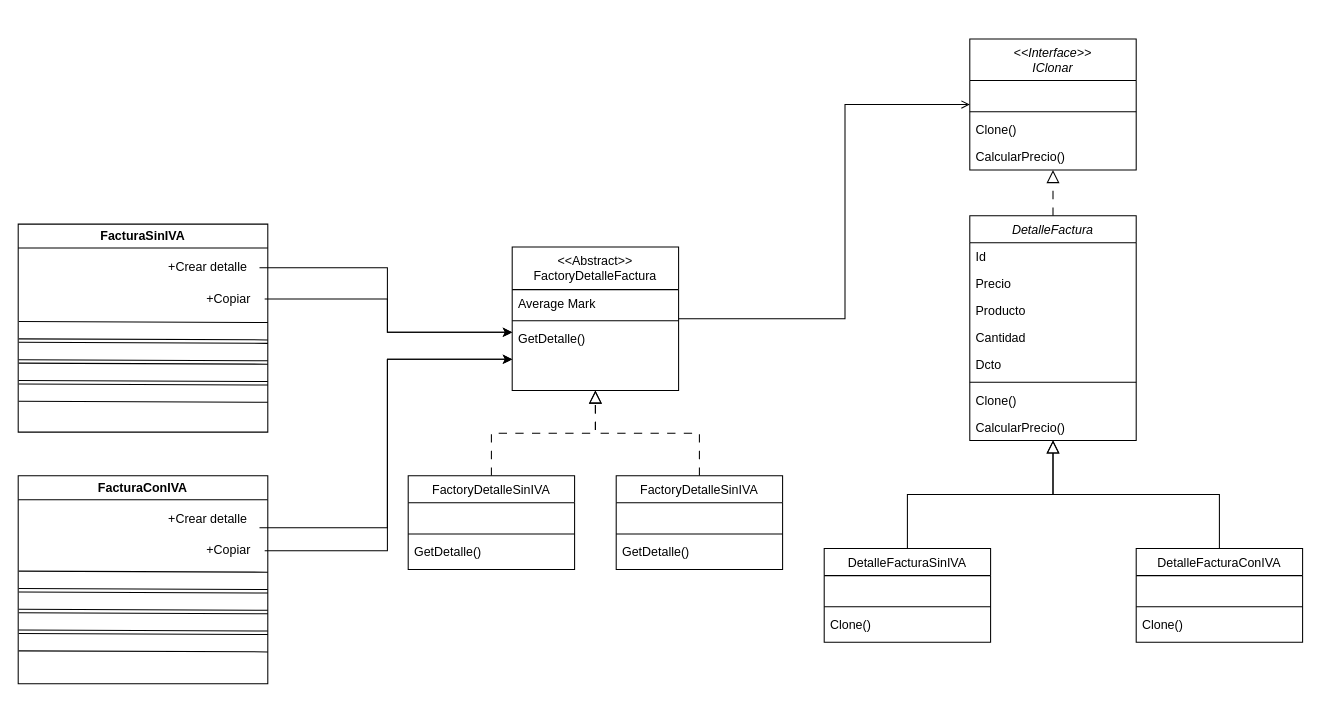
Above: PrototypeExample.drawio in david-med/archivos (draw.io), before the change. Source tidied: cells renumbered, new cells numbered last; positions are measured from the earlier drawing's top-left corner, leaving out a move shared by most shapes. Both pictures are drawn from the tidied source at 104%, with x=0, y=0 at pixel (18, 38).
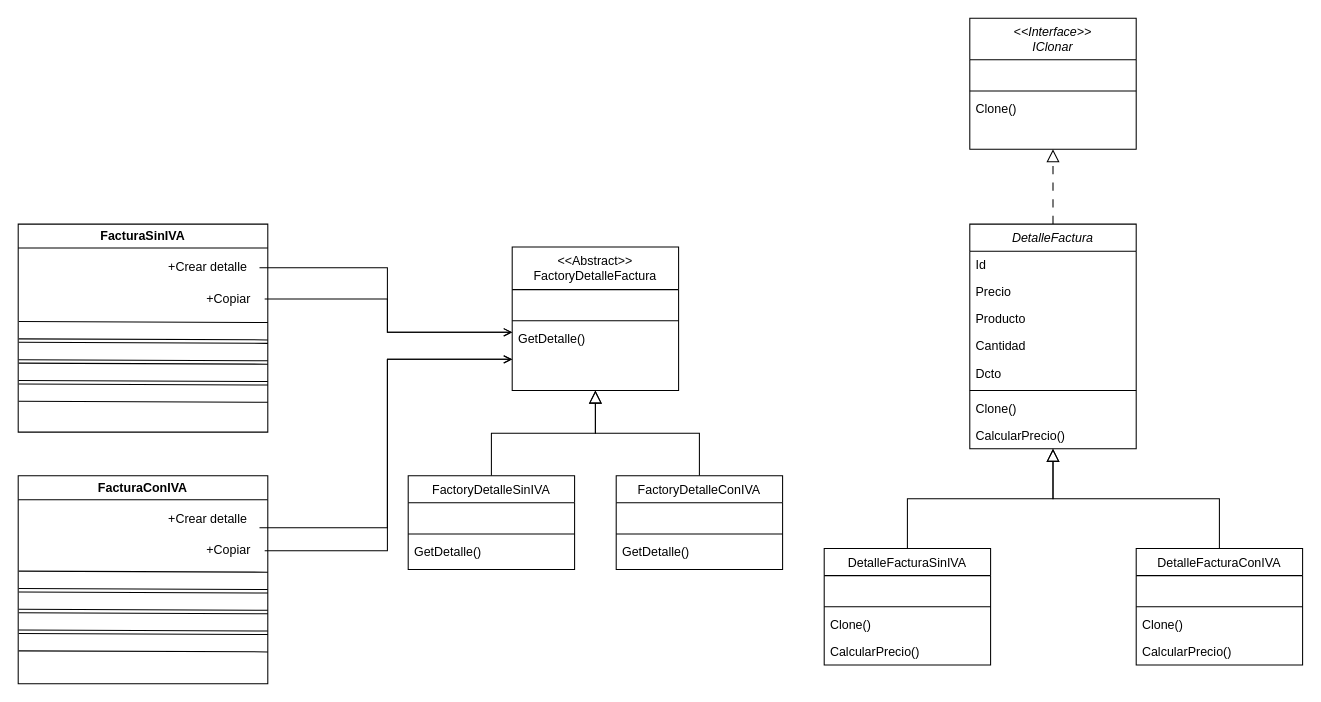
After the change.

The change refers to these unchanged cells:
```xml
<mxCell id="13" value="&lt;&lt;Abstract&gt;&gt;&#10;FactoryDetalleFactura" style="swimlane;fontStyle=0;align=center;verticalAlign=top;horizontal=1;startSize=41;rounded=0;shadow=0;strokeWidth=1;" parent="1" vertex="1">
  <mxGeometry x="475" y="200" width="160" height="138" as="geometry" />
</mxCell>
<mxCell id="16" value="GetDetalle()" style="text;align=left;verticalAlign=top;spacingLeft=4;spacingRight=4;overflow=hidden;points=[[0,0.5],[1,0.5]];portConstraint=eastwest;fontStyle=0;" parent="13" vertex="1">
  <mxGeometry y="75" width="160" height="26" as="geometry" />
</mxCell>
<mxCell id="33" value="+Crear detalle" style="text;html=1;align=center;verticalAlign=middle;points=[];strokeColor=none;fillColor=none;" parent="32" vertex="1">
  <mxGeometry x="132" y="27" width="100" height="30" as="geometry" />
</mxCell>
<mxCell id="34" value="+Copiar" style="text;html=1;align=center;verticalAlign=middle;points=[];strokeColor=none;fillColor=none;" parent="32" vertex="1">
  <mxGeometry x="167" y="57" width="70" height="30" as="geometry" />
</mxCell>
<mxCell id="42" value="+Crear detalle" style="text;html=1;align=center;verticalAlign=middle;points=[];strokeColor=none;fillColor=none;" parent="41" vertex="1">
  <mxGeometry x="132" y="27" width="100" height="30" as="geometry" />
</mxCell>
<mxCell id="43" value="+Copiar" style="text;html=1;align=center;verticalAlign=middle;points=[];strokeColor=none;fillColor=none;" parent="41" vertex="1">
  <mxGeometry x="167" y="57" width="70" height="30" as="geometry" />
</mxCell>
<mxCell id="56" value="FactoryDetalleSinIVA" style="swimlane;fontStyle=0;align=center;verticalAlign=top;horizontal=1;startSize=26;rounded=0;shadow=0;strokeWidth=1;" parent="1" vertex="1">
  <mxGeometry x="375" y="420" width="160" height="90" as="geometry" />
</mxCell>
```

What changed in the source:
```diff
@@
     <mxCell id="3" value="DetalleFactura" style="swimlane;fontStyle=2;align=center;verticalAlign=top;horizontal=1;startSize=26;rounded=0;shadow=0;strokeWidth=1;" parent="1" vertex="1">
-      <mxGeometry x="915" y="170" width="160" height="216" as="geometry" />
+      <mxGeometry x="915" y="178" width="160" height="216" as="geometry" />
     </mxCell>
@@
-    <mxCell id="12" style="edgeStyle=orthogonalEdgeStyle;rounded=0;jettySize=auto;html=1;endArrow=open;endFill=0;" parent="1" edge="1" source="13" target="22">
-      <mxGeometry relative="1" as="geometry">
-        <Array as="points">
-          <mxPoint x="795" y="269" />
-          <mxPoint x="795" y="63" />
-        </Array>
-      </mxGeometry>
-    </mxCell>
@@
-    <mxCell id="14" value="Average Mark" style="text;align=left;verticalAlign=top;spacingLeft=4;spacingRight=4;overflow=hidden;rounded=0;shadow=0;html=0;" parent="13" vertex="1">
+    <mxCell id="14" value=" " style="text;align=left;verticalAlign=top;spacingLeft=4;spacingRight=4;overflow=hidden;rounded=0;shadow=0;html=0;" parent="13" vertex="1">
       <mxGeometry y="41" width="160" height="26" as="geometry" />
     </mxCell>
@@
     <mxCell id="18" value="DetalleFacturaSinIVA" style="swimlane;fontStyle=0;align=center;verticalAlign=top;horizontal=1;startSize=26;rounded=0;shadow=0;strokeWidth=1;" parent="1" vertex="1">
-      <mxGeometry x="775" y="490" width="160" height="90" as="geometry" />
+      <mxGeometry x="775" y="490" width="160" height="112" as="geometry" />
     </mxCell>
@@
+    <mxCell id="60" value="CalcularPrecio()" style="text;align=left;verticalAlign=top;spacingLeft=4;spacingRight=4;overflow=hidden;" parent="18" vertex="1">
+      <mxGeometry y="86" width="160" height="26" as="geometry" />
+    </mxCell>
     <mxCell id="22" value="&lt;&lt;Interface&gt;&gt;&#10;IClonar" style="swimlane;fontStyle=2;align=center;verticalAlign=top;horizontal=1;startSize=40;rounded=0;shadow=0;strokeWidth=1;swimlaneHead=1;" parent="1" vertex="1">
-      <mxGeometry x="915" width="160" height="126" as="geometry" />
+      <mxGeometry x="915" y="-20" width="160" height="126" as="geometry" />
     </mxCell>
@@
-    <mxCell id="26" value="CalcularPrecio()" style="text;align=left;verticalAlign=top;spacingLeft=4;spacingRight=4;overflow=hidden;" parent="22" vertex="1">
-      <mxGeometry y="100" width="160" height="26" as="geometry" />
-    </mxCell>
@@
     <mxCell id="28" value="DetalleFacturaConIVA" style="swimlane;fontStyle=0;align=center;verticalAlign=top;horizontal=1;startSize=26;rounded=0;shadow=0;strokeWidth=1;" parent="1" vertex="1">
-      <mxGeometry x="1075" y="490" width="160" height="90" as="geometry" />
+      <mxGeometry x="1075" y="490" width="160" height="112" as="geometry" />
     </mxCell>
@@
+    <mxCell id="61" value="CalcularPrecio()" style="text;align=left;verticalAlign=top;spacingLeft=4;spacingRight=4;overflow=hidden;" parent="28" vertex="1">
+      <mxGeometry y="86" width="160" height="26" as="geometry" />
+    </mxCell>
@@
-    <mxCell id="39" style="edgeStyle=orthogonalEdgeStyle;rounded=0;jettySize=auto;html=1;" parent="1" edge="1" source="33" target="16">
+    <mxCell id="39" style="edgeStyle=orthogonalEdgeStyle;rounded=0;jettySize=auto;html=1;endArrow=open;endFill=0;" parent="1" edge="1" source="33" target="16">
       <mxGeometry relative="1" as="geometry">
         <Array as="points">
           <mxPoint x="355" y="220" />
           <mxPoint x="355" y="282" />
         </Array>
       </mxGeometry>
     </mxCell>
-    <mxCell id="40" style="edgeStyle=orthogonalEdgeStyle;rounded=0;jettySize=auto;html=1;" parent="1" edge="1" source="34" target="16">
+    <mxCell id="40" style="edgeStyle=orthogonalEdgeStyle;rounded=0;jettySize=auto;html=1;endArrow=open;endFill=0;" parent="1" edge="1" source="34" target="16">
       <mxGeometry relative="1" as="geometry">
         <Array as="points">
           <mxPoint x="355" y="250" />
           <mxPoint x="355" y="282" />
         </Array>
       </mxGeometry>
     </mxCell>
@@
-    <mxCell id="48" style="edgeStyle=orthogonalEdgeStyle;rounded=0;jettySize=auto;html=1;" parent="1" edge="1" source="42">
+    <mxCell id="48" style="edgeStyle=orthogonalEdgeStyle;rounded=0;jettySize=auto;html=1;endArrow=open;endFill=0;" parent="1" edge="1" source="42">
       <mxGeometry relative="1" as="geometry">
         <mxPoint x="475" y="308" as="targetPoint" />
         <Array as="points">
           <mxPoint x="355" y="470" />
           <mxPoint x="355" y="308" />
         </Array>
       </mxGeometry>
     </mxCell>
-    <mxCell id="49" style="edgeStyle=orthogonalEdgeStyle;rounded=0;jettySize=auto;html=1;" parent="1" edge="1" source="43">
+    <mxCell id="49" style="edgeStyle=orthogonalEdgeStyle;rounded=0;jettySize=auto;html=1;endArrow=open;endFill=0;" parent="1" edge="1" source="43">
       <mxGeometry relative="1" as="geometry">
         <mxPoint x="475" y="308" as="targetPoint" />
         <Array as="points">
           <mxPoint x="355" y="492" />
           <mxPoint x="355" y="308" />
         </Array>
       </mxGeometry>
     </mxCell>
-    <mxCell id="50" style="edgeStyle=orthogonalEdgeStyle;rounded=0;jettySize=auto;html=1;endArrow=block;endFill=0;endSize=10;dashed=1;dashPattern=8 8;" parent="1" edge="1" source="51" target="13">
+    <mxCell id="50" style="edgeStyle=orthogonalEdgeStyle;rounded=0;jettySize=auto;html=1;endArrow=block;endFill=0;endSize=10;" parent="1" edge="1" source="51" target="13">
       <mxGeometry relative="1" as="geometry" />
     </mxCell>
-    <mxCell id="51" value="FactoryDetalleSinIVA" style="swimlane;fontStyle=0;align=center;verticalAlign=top;horizontal=1;startSize=26;rounded=0;shadow=0;strokeWidth=1;" parent="1" vertex="1">
+    <mxCell id="51" value="FactoryDetalleConIVA" style="swimlane;fontStyle=0;align=center;verticalAlign=top;horizontal=1;startSize=26;rounded=0;shadow=0;strokeWidth=1;" parent="1" vertex="1">
       <mxGeometry x="575" y="420" width="160" height="90" as="geometry" />
     </mxCell>
@@
-    <mxCell id="55" style="edgeStyle=orthogonalEdgeStyle;rounded=0;jettySize=auto;html=1;endArrow=block;endFill=0;endSize=10;dashed=1;dashPattern=8 8;" parent="1" edge="1" source="56" target="13">
+    <mxCell id="55" style="edgeStyle=orthogonalEdgeStyle;rounded=0;jettySize=auto;html=1;endArrow=block;endFill=0;endSize=10;" parent="1" edge="1" source="56" target="13">
       <mxGeometry relative="1" as="geometry" />
     </mxCell>
```
